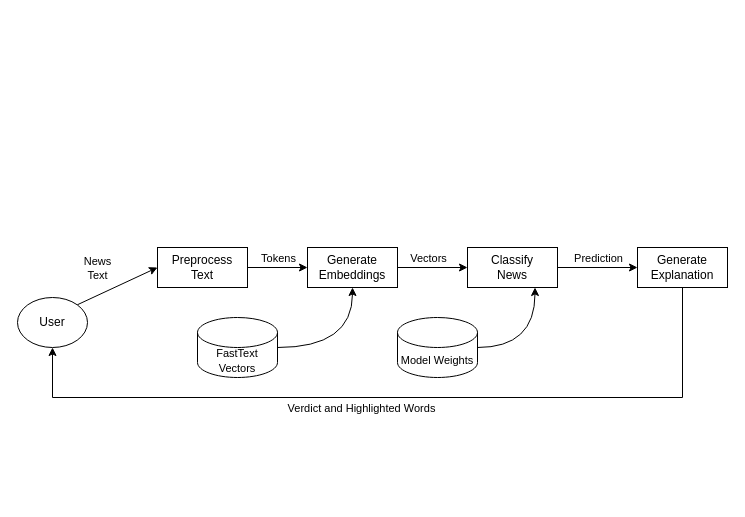
Earlier version of the draw.io diagram diagrams/DFD_1.drawio (aravindanirudh/csd-415-project-phase-1-presentation-and-report). Source tidied: cells renumbered, new cells numbered last; positions are measured from the earlier drawing's top-left corner, leaving out a move shared by most shapes. Both pictures are drawn from the tidied source at 100%, with x=0, y=0 at pixel (17, 247).
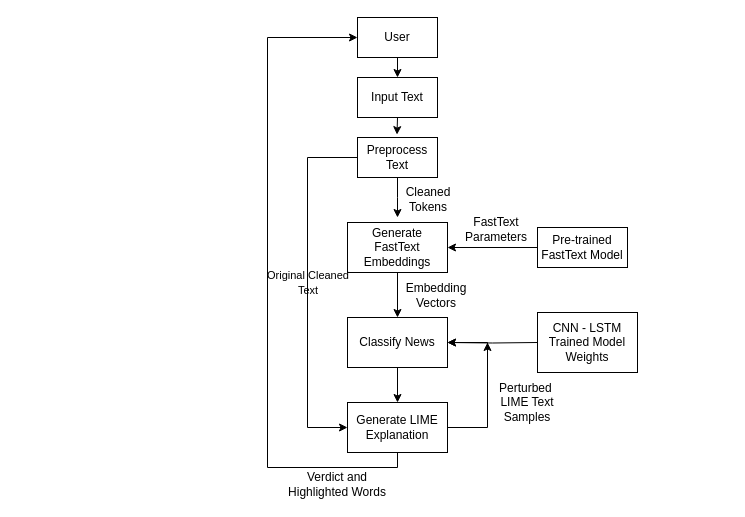
After the change.

Change to the diagram source:
```diff
@@
-    <mxCell id="2" style="rounded=0;jettySize=auto;html=1;exitX=1;exitY=0;exitDx=0;exitDy=0;entryX=0;entryY=0.5;entryDx=0;entryDy=0;" parent="1" edge="1" source="4" target="9">
-      <mxGeometry relative="1" as="geometry" />
-    </mxCell>
-    <mxCell id="3" value="News&lt;div&gt;Text&lt;/div&gt;" style="edgeLabel;html=1;align=center;verticalAlign=middle;" parent="2" vertex="1">
-      <mxGeometry x="-0.21" y="-1" relative="1" as="geometry">
-        <mxPoint x="-12" y="-23" as="offset" />
-      </mxGeometry>
-    </mxCell>
+    <mxCell id="21" style="edgeStyle=orthogonalEdgeStyle;rounded=0;jettySize=auto;html=1;exitX=0.5;exitY=1;exitDx=0;exitDy=0;entryX=0.5;entryY=0;entryDx=0;entryDy=0;" parent="1" edge="1" source="4" target="22">
+      <mxGeometry relative="1" as="geometry" />
+    </mxCell>
-    <mxCell id="4" value="User" style="ellipse;whiteSpace=wrap;html=1;shapeInside=1;" parent="1" vertex="1">
-      <mxGeometry y="50" width="70" height="50" as="geometry" />
+    <mxCell id="4" value="User" style="rounded=0;whiteSpace=wrap;html=1;" parent="1" vertex="1">
+      <mxGeometry x="340" y="-230" width="80" height="40" as="geometry" />
     </mxCell>
-    <mxCell id="5" style="edgeStyle=orthogonalEdgeStyle;rounded=0;jettySize=auto;html=1;exitX=1;exitY=0.5;exitDx=0;exitDy=0;" parent="1" edge="1" source="9" target="11">
-      <mxGeometry relative="1" as="geometry" />
-    </mxCell>
-    <mxCell id="6" value="Tokens" style="edgeLabel;html=1;align=center;verticalAlign=middle;" parent="5" vertex="1">
-      <mxGeometry x="-0.26" relative="1" as="geometry">
-        <mxPoint x="8" y="-10" as="offset" />
-      </mxGeometry>
-    </mxCell>
-    <mxCell id="7" value="Vectors" style="edgeLabel;html=1;align=center;verticalAlign=middle;" parent="5" vertex="1">
-      <mxGeometry x="-0.26" relative="1" as="geometry">
-        <mxPoint x="158" y="-10" as="offset" />
-      </mxGeometry>
-    </mxCell>
-    <mxCell id="8" value="Prediction" style="edgeLabel;html=1;align=center;verticalAlign=middle;" parent="5" vertex="1">
-      <mxGeometry x="-0.26" relative="1" as="geometry">
-        <mxPoint x="328" y="-10" as="offset" />
-      </mxGeometry>
-    </mxCell>
+    <mxCell id="22" value="Input Text" style="rounded=0;whiteSpace=wrap;html=1;" parent="1" vertex="1">
+      <mxGeometry x="340" y="-170" width="80" height="40" as="geometry" />
+    </mxCell>
+    <mxCell id="23" style="edgeStyle=orthogonalEdgeStyle;rounded=0;jettySize=auto;html=1;exitX=0.5;exitY=1;exitDx=0;exitDy=0;" parent="1" edge="1" source="9">
+      <mxGeometry relative="1" as="geometry">
+        <mxPoint x="380" y="-30" as="targetPoint" />
+      </mxGeometry>
+    </mxCell>
+    <mxCell id="24" style="edgeStyle=orthogonalEdgeStyle;rounded=0;jettySize=auto;html=1;entryX=0;entryY=0.5;entryDx=0;entryDy=0;" parent="1" edge="1" source="9" target="34">
+      <mxGeometry x="-0.86" relative="1" as="geometry">
+        <Array as="points">
+          <mxPoint x="290" y="-90" />
+          <mxPoint x="290" y="180" />
+        </Array>
+      </mxGeometry>
+    </mxCell>
-    <mxCell id="9" value="Preprocess&lt;br&gt;Text" style="rounded=0;whiteSpace=wrap;html=1;" parent="1" vertex="1">
-      <mxGeometry x="140" width="90" height="40" as="geometry" />
+    <mxCell id="9" value="Preprocess Text" style="rounded=0;whiteSpace=wrap;html=1;" parent="1" vertex="1">
+      <mxGeometry x="340" y="-110" width="80" height="40" as="geometry" />
     </mxCell>
-    <mxCell id="10" style="edgeStyle=orthogonalEdgeStyle;rounded=0;jettySize=auto;html=1;exitX=1;exitY=0.5;exitDx=0;exitDy=0;entryX=0;entryY=0.5;entryDx=0;entryDy=0;" parent="1" edge="1" source="11" target="13">
-      <mxGeometry relative="1" as="geometry" />
-    </mxCell>
-    <mxCell id="11" value="Generate&lt;div&gt;Embeddings&lt;/div&gt;" style="rounded=0;whiteSpace=wrap;html=1;" parent="1" vertex="1">
-      <mxGeometry x="290" width="90" height="40" as="geometry" />
-    </mxCell>
-    <mxCell id="12" style="edgeStyle=orthogonalEdgeStyle;rounded=0;jettySize=auto;html=1;exitX=1;exitY=0.5;exitDx=0;exitDy=0;entryX=0;entryY=0.5;entryDx=0;entryDy=0;" parent="1" edge="1" source="13" target="16">
-      <mxGeometry relative="1" as="geometry" />
-    </mxCell>
+    <mxCell id="25" style="edgeStyle=orthogonalEdgeStyle;rounded=0;jettySize=auto;html=1;exitX=0;exitY=0.5;exitDx=0;exitDy=0;entryX=1;entryY=0.5;entryDx=0;entryDy=0;" parent="1" edge="1" source="26" target="28">
+      <mxGeometry relative="1" as="geometry" />
+    </mxCell>
+    <mxCell id="26" value="Pre-trained FastText Model" style="rounded=0;whiteSpace=wrap;html=1;" parent="1" vertex="1">
+      <mxGeometry x="520" y="-20" width="90" height="40" as="geometry" />
+    </mxCell>
+    <mxCell id="27" style="edgeStyle=orthogonalEdgeStyle;rounded=0;jettySize=auto;html=1;entryX=0.5;entryY=0;entryDx=0;entryDy=0;" parent="1" edge="1" source="28" target="13">
+      <mxGeometry relative="1" as="geometry" />
+    </mxCell>
+    <mxCell id="28" value="Generate FastText Embeddings" style="rounded=0;whiteSpace=wrap;html=1;" parent="1" vertex="1">
+      <mxGeometry x="330" y="-25" width="100" height="50" as="geometry" />
+    </mxCell>
+    <mxCell id="29" style="edgeStyle=orthogonalEdgeStyle;rounded=0;jettySize=auto;html=1;" parent="1" edge="1" source="13" target="34">
+      <mxGeometry relative="1" as="geometry" />
+    </mxCell>
-    <mxCell id="13" value="Classify&lt;div&gt;News&lt;/div&gt;" style="rounded=0;whiteSpace=wrap;html=1;" parent="1" vertex="1">
-      <mxGeometry x="450" width="90" height="40" as="geometry" />
+    <mxCell id="13" value="Classify News" style="rounded=0;whiteSpace=wrap;html=1;" parent="1" vertex="1">
+      <mxGeometry x="330" y="70" width="100" height="50" as="geometry" />
     </mxCell>
-    <mxCell id="14" style="edgeStyle=orthogonalEdgeStyle;rounded=0;jettySize=auto;html=1;exitX=0.5;exitY=1;exitDx=0;exitDy=0;entryX=0.5;entryY=1;entryDx=0;entryDy=0;" parent="1" edge="1" source="16" target="4">
-      <mxGeometry relative="1" as="geometry">
-        <Array as="points">
-          <mxPoint x="665" y="150" />
-          <mxPoint x="35" y="150" />
-        </Array>
-      </mxGeometry>
-    </mxCell>
+    <mxCell id="30" style="edgeStyle=orthogonalEdgeStyle;rounded=0;jettySize=auto;html=1;" parent="1" edge="1" target="13">
+      <mxGeometry relative="1" as="geometry">
+        <mxPoint x="520" y="95" as="sourcePoint" />
+      </mxGeometry>
+    </mxCell>
+    <mxCell id="31" value="CNN - LSTM Trained Model Weights" style="rounded=0;whiteSpace=wrap;html=1;" parent="1" vertex="1">
+      <mxGeometry x="520" y="65" width="100" height="60" as="geometry" />
+    </mxCell>
+    <mxCell id="32" style="edgeStyle=orthogonalEdgeStyle;rounded=0;jettySize=auto;html=1;entryX=1;entryY=0.5;entryDx=0;entryDy=0;" parent="1" edge="1" source="34" target="13">
+      <mxGeometry relative="1" as="geometry">
+        <Array as="points">
+          <mxPoint x="470" y="180" />
+          <mxPoint x="470" y="95" />
+        </Array>
+      </mxGeometry>
+    </mxCell>
+    <mxCell id="33" style="edgeStyle=orthogonalEdgeStyle;rounded=0;jettySize=auto;html=1;entryX=0;entryY=0.5;entryDx=0;entryDy=0;" parent="1" edge="1" source="34" target="4">
+      <mxGeometry x="0.06" relative="1" as="geometry">
+        <Array as="points">
+          <mxPoint x="380" y="220" />
+          <mxPoint x="250" y="220" />
+          <mxPoint x="250" y="-210" />
+        </Array>
+      </mxGeometry>
+    </mxCell>
+    <mxCell id="34" value="Generate LIME Explanation" style="rounded=0;whiteSpace=wrap;html=1;" parent="1" vertex="1">
+      <mxGeometry x="330" y="155" width="100" height="50" as="geometry" />
+    </mxCell>
+    <mxCell id="35" style="edgeStyle=orthogonalEdgeStyle;rounded=0;jettySize=auto;html=1;exitX=0.5;exitY=1;exitDx=0;exitDy=0;entryX=0.494;entryY=-0.072;entryDx=0;entryDy=0;entryPerimeter=0;" parent="1" edge="1" source="22" target="9">
+      <mxGeometry relative="1" as="geometry" />
+    </mxCell>
+    <mxCell id="36" value="&lt;font&gt;Perturbed&amp;nbsp; LIME Text&lt;/font&gt;&lt;div&gt;&lt;font&gt;Samples&lt;/font&gt;&lt;/div&gt;" style="text;html=1;whiteSpace=wrap;strokeColor=none;fillColor=none;align=center;verticalAlign=middle;rounded=0;" parent="1" vertex="1">
+      <mxGeometry x="480" y="140" width="60" height="30" as="geometry" />
+    </mxCell>
+    <mxCell id="37" style="endArrow=classic;html=1;rounded=0;" parent="1" edge="1">
+      <mxGeometry relative="1" as="geometry">
+        <mxPoint x="470" y="125" as="sourcePoint" />
+        <mxPoint x="470" y="95" as="targetPoint" />
+      </mxGeometry>
+    </mxCell>
+    <mxCell id="38" value="&lt;font style=&quot;white-space: nowrap; font-size: 11px;&quot;&gt;Original Cleaned&lt;/font&gt;&lt;div&gt;&lt;span style=&quot;white-space: nowrap; background-color: transparent; color: light-dark(#000000, var(--ge-light-color, #ffffff));&quot;&gt;&lt;font style=&quot;font-size: 11px;&quot;&gt;Text&lt;/font&gt;&lt;/span&gt;&lt;/div&gt;" style="text;html=1;whiteSpace=wrap;strokeColor=none;fillColor=none;align=center;verticalAlign=middle;rounded=0;" parent="1" vertex="1">
+      <mxGeometry x="261" y="20" width="60" height="30" as="geometry" />
+    </mxCell>
+    <mxCell id="39" value="Cleaned&lt;div&gt;Tokens&lt;/div&gt;" style="text;html=1;whiteSpace=wrap;strokeColor=none;fillColor=none;align=center;verticalAlign=middle;rounded=0;" parent="1" vertex="1">
+      <mxGeometry x="381" y="-63" width="60" height="30" as="geometry" />
+    </mxCell>
+    <mxCell id="40" value="FastText&lt;div&gt;Parameters&lt;/div&gt;" style="text;html=1;whiteSpace=wrap;strokeColor=none;fillColor=none;align=center;verticalAlign=middle;rounded=0;" parent="1" vertex="1">
+      <mxGeometry x="449" y="-33" width="60" height="30" as="geometry" />
+    </mxCell>
+    <mxCell id="41" value="Embedding&lt;div&gt;Vectors&lt;/div&gt;" style="text;html=1;whiteSpace=wrap;strokeColor=none;fillColor=none;align=center;verticalAlign=middle;rounded=0;" parent="1" vertex="1">
+      <mxGeometry x="389" y="33" width="60" height="30" as="geometry" />
+    </mxCell>
-    <mxCell id="15" value="Verdict and Highlighted Words" style="edgeLabel;html=1;align=center;verticalAlign=middle;" parent="14" vertex="1">
-      <mxGeometry x="0.06" y="2" relative="1" as="geometry">
-        <mxPoint x="-13" y="8" as="offset" />
-      </mxGeometry>
+    <mxCell id="15" value="Verdict and&lt;div&gt;Highlighted Words&lt;/div&gt;" style="text;html=1;whiteSpace=wrap;strokeColor=none;fillColor=none;align=center;verticalAlign=middle;rounded=0;" parent="1" vertex="1">
+      <mxGeometry x="270" y="222" width="100" height="30" as="geometry" />
     </mxCell>
-    <mxCell id="16" value="&lt;div&gt;Generate&lt;/div&gt;&lt;div&gt;Explanation&lt;/div&gt;" style="rounded=0;whiteSpace=wrap;html=1;" parent="1" vertex="1">
-      <mxGeometry x="620" width="90" height="40" as="geometry" />
-    </mxCell>
-    <mxCell id="17" value="&lt;font style=&quot;font-size: 11px;&quot;&gt;FastText Vectors&lt;/font&gt;" style="shape=cylinder3;whiteSpace=wrap;html=1;boundedLbl=1;backgroundOutline=1;size=15;" parent="1" vertex="1">
-      <mxGeometry x="180" y="70" width="80" height="60" as="geometry" />
-    </mxCell>
-    <mxCell id="18" style="edgeStyle=orthogonalEdgeStyle;rounded=0;jettySize=auto;html=1;exitX=0.5;exitY=1;exitDx=0;exitDy=0;entryX=1;entryY=0.5;entryDx=0;entryDy=0;entryPerimeter=0;startArrow=classic;startFill=1;endArrow=none;endFill=0;curved=1;" parent="1" edge="1" source="11" target="17">
-      <mxGeometry relative="1" as="geometry" />
-    </mxCell>
-    <mxCell id="19" style="edgeStyle=orthogonalEdgeStyle;rounded=0;jettySize=auto;html=1;exitX=1;exitY=0.5;exitDx=0;exitDy=0;exitPerimeter=0;entryX=0.75;entryY=1;entryDx=0;entryDy=0;curved=1;" parent="1" edge="1" source="20" target="13">
-      <mxGeometry relative="1" as="geometry" />
-    </mxCell>
-    <mxCell id="20" value="&lt;font style=&quot;font-size: 11px;&quot;&gt;Model Weights&lt;/font&gt;" style="shape=cylinder3;whiteSpace=wrap;html=1;boundedLbl=1;backgroundOutline=1;size=15;" parent="1" vertex="1">
-      <mxGeometry x="380" y="70" width="80" height="60" as="geometry" />
-    </mxCell>
```
